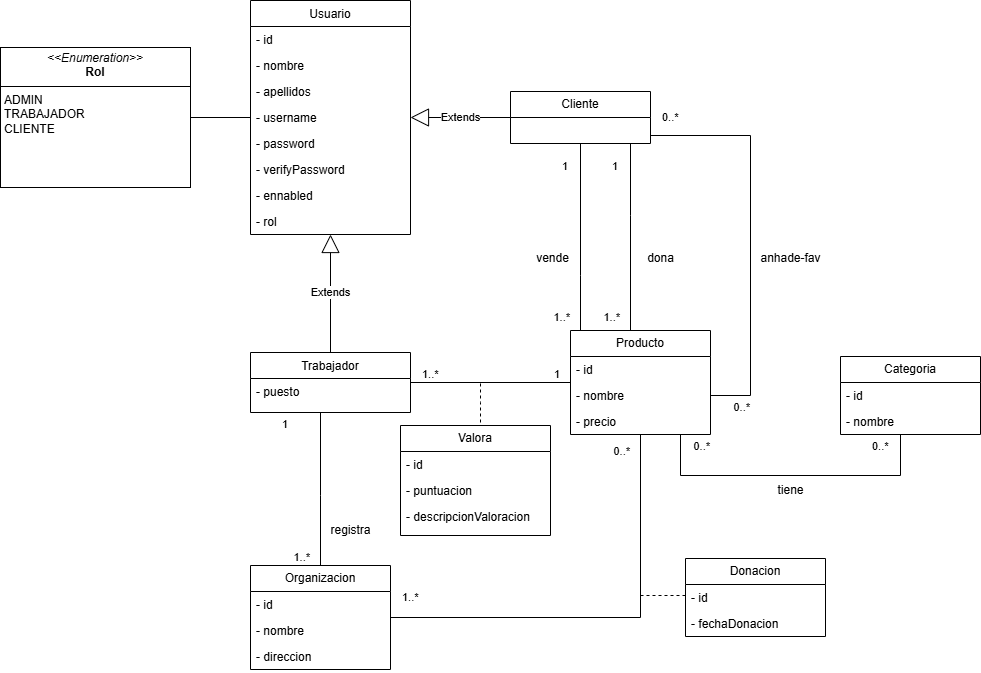
This is DiagramaDeClases.drawio.png from alvarocastilla05/RecySell, a draw.io export, as it was before one commit. Source tidied: cells renumbered, new cells last; positions are measured from the earlier drawing's top-left corner, leaving out a move shared by most shapes.
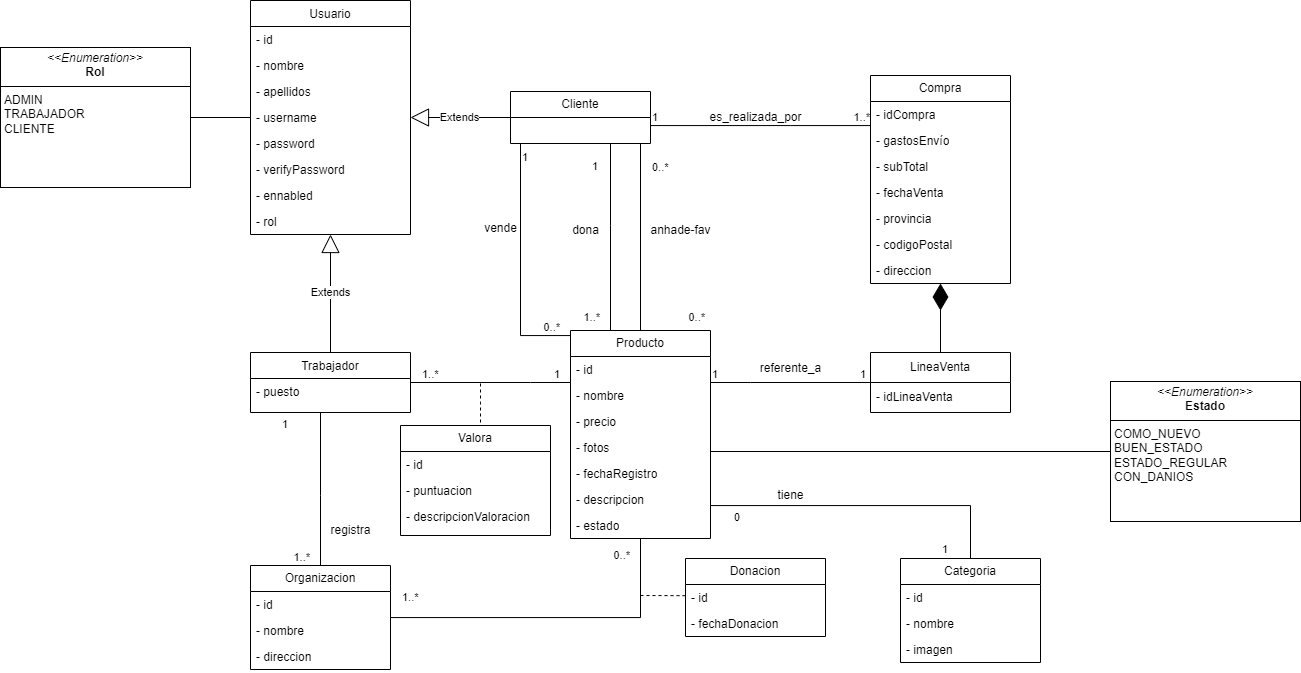
Later version of the same file.

Commit message:
Diagrama actualizado

What changed in the source:
```diff
@@ -39,7 +39,7 @@
       <mxGeometry x="510" y="91" width="140" height="52" as="geometry" />
     </mxCell>
     <mxCell id="14" value="Producto" style="swimlane;fontStyle=0;horizontal=1;startSize=26;fillColor=none;whiteSpace=wrap;html=1;" parent="1" vertex="1">
-      <mxGeometry x="570" y="330" width="140" height="104" as="geometry" />
+      <mxGeometry x="570" y="330" width="140" height="208" as="geometry" />
     </mxCell>
     <mxCell id="15" value="- id" style="text;strokeColor=none;fillColor=none;align=left;verticalAlign=top;spacingLeft=4;spacingRight=4;overflow=hidden;whiteSpace=wrap;html=1;" parent="14" vertex="1">
       <mxGeometry y="26" width="140" height="26" as="geometry" />
@@ -50,8 +50,25 @@
     <mxCell id="17" value="- precio" style="text;strokeColor=none;fillColor=none;align=left;verticalAlign=top;spacingLeft=4;spacingRight=4;overflow=hidden;whiteSpace=wrap;html=1;" parent="14" vertex="1">
       <mxGeometry y="78" width="140" height="26" as="geometry" />
     </mxCell>
+    <mxCell id="64" value="- fotos" style="text;strokeColor=none;fillColor=none;align=left;verticalAlign=top;spacingLeft=4;spacingRight=4;overflow=hidden;whiteSpace=wrap;html=1;" parent="14" vertex="1">
+      <mxGeometry y="104" width="140" height="26" as="geometry" />
+    </mxCell>
+    <mxCell id="65" value="- fechaRegistro" style="text;strokeColor=none;fillColor=none;align=left;verticalAlign=top;spacingLeft=4;spacingRight=4;overflow=hidden;whiteSpace=wrap;html=1;" parent="14" vertex="1">
+      <mxGeometry y="130" width="140" height="26" as="geometry" />
+    </mxCell>
+    <mxCell id="66" value="- descripcion" style="text;strokeColor=none;fillColor=none;align=left;verticalAlign=top;spacingLeft=4;spacingRight=4;overflow=hidden;whiteSpace=wrap;html=1;" parent="14" vertex="1">
+      <mxGeometry y="156" width="140" height="26" as="geometry" />
+    </mxCell>
+    <mxCell id="67" value="- estado" style="text;strokeColor=none;fillColor=none;align=left;verticalAlign=top;spacingLeft=4;spacingRight=4;overflow=hidden;whiteSpace=wrap;html=1;" parent="14" vertex="1">
+      <mxGeometry y="182" width="140" height="26" as="geometry" />
+    </mxCell>
     <mxCell id="18" style="endArrow=none;html=1;edgeStyle=orthogonalEdgeStyle;rounded=0;" parent="1" edge="1" source="11" target="14">
-      <mxGeometry relative="1" as="geometry" />
+      <mxGeometry relative="1" as="geometry">
+        <Array as="points">
+          <mxPoint x="530" y="382" />
+          <mxPoint x="530" y="382" />
+        </Array>
+      </mxGeometry>
     </mxCell>
     <mxCell id="19" value="1..*" style="edgeLabel;html=1;align=left;verticalAlign=bottom;" parent="18" vertex="1">
       <mxGeometry x="-1" relative="1" as="geometry">
@@ -63,47 +80,26 @@
         <mxPoint x="-10" as="offset" />
       </mxGeometry>
     </mxCell>
-    <mxCell id="21" style="endArrow=none;html=1;edgeStyle=orthogonalEdgeStyle;rounded=0;" parent="1" edge="1" source="13" target="14">
-      <mxGeometry relative="1" as="geometry">
-        <Array as="points">
-          <mxPoint x="580" y="275" />
-          <mxPoint x="580" y="275" />
-        </Array>
-      </mxGeometry>
-    </mxCell>
-    <mxCell id="22" value="1" style="edgeLabel;html=1;align=left;verticalAlign=bottom;" parent="21" vertex="1">
-      <mxGeometry x="-1" relative="1" as="geometry">
-        <mxPoint x="-20" y="31" as="offset" />
-      </mxGeometry>
-    </mxCell>
-    <mxCell id="23" value="1..*" style="edgeLabel;html=1;align=right;verticalAlign=bottom;" parent="21" vertex="1">
-      <mxGeometry x="1" relative="1" as="geometry">
-        <mxPoint x="-10" y="-5" as="offset" />
-      </mxGeometry>
-    </mxCell>
-    <mxCell id="24" value="vende" style="text;html=1;align=center;verticalAlign=middle;strokeColor=none;fillColor=none;rotation=0;" parent="1" vertex="1">
-      <mxGeometry x="522" y="243" width="60" height="30" as="geometry" />
-    </mxCell>
-    <mxCell id="25" style="endArrow=none;html=1;edgeStyle=orthogonalEdgeStyle;rounded=0;" parent="1" edge="1" source="13" target="14">
+    <mxCell id="25" style="endArrow=none;html=1;edgeStyle=orthogonalEdgeStyle;rounded=0;" parent="1" edge="1" source="13">
       <mxGeometry relative="1" as="geometry">
+        <mxPoint x="685" y="330" as="targetPoint" />
         <Array as="points">
-          <mxPoint x="750" y="135" />
-          <mxPoint x="750" y="395" />
+          <mxPoint x="640" y="330" />
         </Array>
       </mxGeometry>
     </mxCell>
     <mxCell id="26" value="0..*" style="edgeLabel;html=1;align=left;verticalAlign=bottom;" parent="25" vertex="1">
       <mxGeometry x="-1" relative="1" as="geometry">
-        <mxPoint x="10" y="-10" as="offset" />
+        <mxPoint x="10" y="32" as="offset" />
       </mxGeometry>
     </mxCell>
     <mxCell id="27" value="0..*" style="edgeLabel;html=1;align=right;verticalAlign=bottom;" parent="25" vertex="1">
       <mxGeometry x="1" relative="1" as="geometry">
-        <mxPoint x="40" y="20" as="offset" />
+        <mxPoint x="20" y="-5" as="offset" />
       </mxGeometry>
     </mxCell>
     <mxCell id="28" value="anhade-fav" style="text;html=1;align=center;verticalAlign=middle;strokeColor=none;fillColor=none;rotation=0;" parent="1" vertex="1">
-      <mxGeometry x="750" y="243" width="80" height="30" as="geometry" />
+      <mxGeometry x="640" y="215" width="80" height="30" as="geometry" />
     </mxCell>
     <mxCell id="29" value="Organizacion" style="swimlane;fontStyle=0;horizontal=1;startSize=26;fillColor=none;whiteSpace=wrap;html=1;" parent="1" vertex="1">
       <mxGeometry x="250" y="565" width="140" height="104" as="geometry" />
@@ -141,8 +137,8 @@
     <mxCell id="37" style="endArrow=none;html=1;edgeStyle=orthogonalEdgeStyle;rounded=0;" parent="1" edge="1" source="13" target="14">
       <mxGeometry relative="1" as="geometry">
         <Array as="points">
-          <mxPoint x="630" y="215" />
-          <mxPoint x="630" y="215" />
+          <mxPoint x="610" y="225" />
+          <mxPoint x="610" y="225" />
         </Array>
       </mxGeometry>
     </mxCell>
@@ -157,7 +153,7 @@
       </mxGeometry>
     </mxCell>
     <mxCell id="40" value="dona" style="text;html=1;align=center;verticalAlign=middle;strokeColor=none;fillColor=none;rotation=0;" parent="1" vertex="1">
-      <mxGeometry x="635" y="243" width="50" height="30" as="geometry" />
+      <mxGeometry x="560" y="215" width="50" height="30" as="geometry" />
     </mxCell>
     <mxCell id="41" style="endArrow=none;html=1;edgeStyle=orthogonalEdgeStyle;rounded=0;" parent="1" edge="1" source="29" target="14">
       <mxGeometry relative="1" as="geometry" />
@@ -199,7 +195,7 @@
       <mxGeometry relative="1" as="geometry" />
     </mxCell>
     <mxCell id="52" value="Categoria" style="swimlane;fontStyle=0;horizontal=1;startSize=26;fillColor=none;whiteSpace=wrap;html=1;" parent="1" vertex="1">
-      <mxGeometry x="840" y="356" width="140" height="78" as="geometry" />
+      <mxGeometry x="900" y="558" width="140" height="104" as="geometry" />
     </mxCell>
     <mxCell id="53" value="- id" style="text;strokeColor=none;fillColor=none;align=left;verticalAlign=top;spacingLeft=4;spacingRight=4;overflow=hidden;whiteSpace=wrap;html=1;" parent="52" vertex="1">
       <mxGeometry y="26" width="140" height="26" as="geometry" />
@@ -207,28 +203,28 @@
     <mxCell id="54" value="- nombre" style="text;strokeColor=none;fillColor=none;align=left;verticalAlign=top;spacingLeft=4;spacingRight=4;overflow=hidden;whiteSpace=wrap;html=1;" parent="52" vertex="1">
       <mxGeometry y="52" width="140" height="26" as="geometry" />
     </mxCell>
+    <mxCell id="68" value="- imagen" style="text;strokeColor=none;fillColor=none;align=left;verticalAlign=top;spacingLeft=4;spacingRight=4;overflow=hidden;whiteSpace=wrap;html=1;" parent="52" vertex="1">
+      <mxGeometry y="78" width="140" height="26" as="geometry" />
+    </mxCell>
-    <mxCell id="55" style="endArrow=none;html=1;edgeStyle=orthogonalEdgeStyle;rounded=0;" parent="1" edge="1">
+    <mxCell id="55" style="endArrow=none;html=1;edgeStyle=orthogonalEdgeStyle;rounded=0;" parent="1" edge="1" source="52" target="14">
       <mxGeometry relative="1" as="geometry">
-        <mxPoint x="900" y="434" as="sourcePoint" />
-        <mxPoint x="680" y="434" as="targetPoint" />
         <Array as="points">
-          <mxPoint x="900" y="475" />
-          <mxPoint x="680" y="475" />
+          <mxPoint x="970" y="505" />
         </Array>
       </mxGeometry>
     </mxCell>
-    <mxCell id="56" value="0..*" style="edgeLabel;html=1;align=left;verticalAlign=bottom;" parent="55" vertex="1">
+    <mxCell id="56" value="1" style="edgeLabel;html=1;align=left;verticalAlign=bottom;" parent="55" vertex="1">
       <mxGeometry x="-1" relative="1" as="geometry">
-        <mxPoint x="-30" y="20" as="offset" />
+        <mxPoint x="-30" y="-1" as="offset" />
       </mxGeometry>
     </mxCell>
-    <mxCell id="57" value="0..*" style="edgeLabel;html=1;align=right;verticalAlign=bottom;" parent="55" vertex="1">
+    <mxCell id="57" value="0" style="edgeLabel;html=1;align=right;verticalAlign=bottom;" parent="55" vertex="1">
       <mxGeometry x="1" relative="1" as="geometry">
         <mxPoint x="30" y="20" as="offset" />
       </mxGeometry>
     </mxCell>
     <mxCell id="58" value="tiene" style="text;html=1;align=center;verticalAlign=middle;strokeColor=none;fillColor=none;rotation=0;" parent="1" vertex="1">
-      <mxGeometry x="765" y="475" width="50" height="30" as="geometry" />
+      <mxGeometry x="765" y="480" width="50" height="30" as="geometry" />
     </mxCell>
     <mxCell id="59" style="endArrow=none;dashed=1;html=1;rounded=0;edgeStyle=elbowEdgeStyle;elbow=vertical;" parent="1" edge="1">
       <mxGeometry relative="1" as="geometry">
@@ -248,5 +244,103 @@
     <mxCell id="63" value="- descripcionValoracion" style="text;strokeColor=none;fillColor=none;align=left;verticalAlign=top;spacingLeft=4;spacingRight=4;overflow=hidden;whiteSpace=wrap;html=1;" parent="60" vertex="1">
       <mxGeometry y="78" width="150" height="32" as="geometry" />
     </mxCell>
+    <mxCell id="69" value="LineaVenta" style="swimlane;fontStyle=0;horizontal=1;startSize=30;whiteSpace=wrap;html=1;" parent="1" vertex="1">
+      <mxGeometry x="870" y="352" width="140" height="60" as="geometry" />
+    </mxCell>
+    <mxCell id="70" value="- idLineaVenta" style="text;strokeColor=none;fillColor=none;align=left;verticalAlign=middle;spacingLeft=4;spacingRight=4;overflow=hidden;whiteSpace=wrap;html=1;" parent="69" vertex="1">
+      <mxGeometry y="30" width="140" height="30" as="geometry" />
+    </mxCell>
+    <mxCell id="71" style="endArrow=none;html=1;edgeStyle=orthogonalEdgeStyle;rounded=0;" parent="1" edge="1" source="14" target="69">
+      <mxGeometry relative="1" as="geometry">
+        <Array as="points">
+          <mxPoint x="750" y="382" />
+          <mxPoint x="750" y="382" />
+        </Array>
+      </mxGeometry>
+    </mxCell>
+    <mxCell id="72" value="1" style="edgeLabel;html=1;align=left;verticalAlign=bottom;" parent="71" vertex="1">
+      <mxGeometry x="-1" relative="1" as="geometry" />
+    </mxCell>
+    <mxCell id="73" value="1" style="edgeLabel;html=1;align=right;verticalAlign=bottom;" parent="71" vertex="1">
+      <mxGeometry x="1" relative="1" as="geometry">
+        <mxPoint x="-4" as="offset" />
+      </mxGeometry>
+    </mxCell>
+    <mxCell id="74" value="referente_a" style="text;html=1;align=center;verticalAlign=middle;strokeColor=none;fillColor=none;" parent="1" vertex="1">
+      <mxGeometry x="750" y="353" width="80" height="30" as="geometry" />
+    </mxCell>
+    <mxCell id="75" value="Compra" style="swimlane;fontStyle=0;horizontal=1;startSize=26;fillColor=none;whiteSpace=wrap;html=1;" parent="1" vertex="1">
+      <mxGeometry x="870" y="75" width="140" height="208" as="geometry" />
+    </mxCell>
+    <mxCell id="76" value="- idCompra" style="text;strokeColor=none;fillColor=none;align=left;verticalAlign=top;spacingLeft=4;spacingRight=4;overflow=hidden;whiteSpace=wrap;html=1;" parent="75" vertex="1">
+      <mxGeometry y="26" width="140" height="26" as="geometry" />
+    </mxCell>
+    <mxCell id="77" value="- gastosEnvío" style="text;strokeColor=none;fillColor=none;align=left;verticalAlign=top;spacingLeft=4;spacingRight=4;overflow=hidden;whiteSpace=wrap;html=1;" parent="75" vertex="1">
+      <mxGeometry y="52" width="140" height="26" as="geometry" />
+    </mxCell>
+    <mxCell id="78" value="- subTotal" style="text;strokeColor=none;fillColor=none;align=left;verticalAlign=top;spacingLeft=4;spacingRight=4;overflow=hidden;whiteSpace=wrap;html=1;" parent="75" vertex="1">
+      <mxGeometry y="78" width="140" height="26" as="geometry" />
+    </mxCell>
+    <mxCell id="79" value="- fechaVenta" style="text;strokeColor=none;fillColor=none;align=left;verticalAlign=top;spacingLeft=4;spacingRight=4;overflow=hidden;whiteSpace=wrap;html=1;" parent="75" vertex="1">
+      <mxGeometry y="104" width="140" height="26" as="geometry" />
+    </mxCell>
+    <mxCell id="80" value="- provincia" style="text;strokeColor=none;fillColor=none;align=left;verticalAlign=top;spacingLeft=4;spacingRight=4;overflow=hidden;whiteSpace=wrap;html=1;" parent="75" vertex="1">
+      <mxGeometry y="130" width="140" height="26" as="geometry" />
+    </mxCell>
+    <mxCell id="81" value="- codigoPostal" style="text;strokeColor=none;fillColor=none;align=left;verticalAlign=top;spacingLeft=4;spacingRight=4;overflow=hidden;whiteSpace=wrap;html=1;" parent="75" vertex="1">
+      <mxGeometry y="156" width="140" height="26" as="geometry" />
+    </mxCell>
+    <mxCell id="82" value="- direccion" style="text;strokeColor=none;fillColor=none;align=left;verticalAlign=top;spacingLeft=4;spacingRight=4;overflow=hidden;whiteSpace=wrap;html=1;" parent="75" vertex="1">
+      <mxGeometry y="182" width="140" height="26" as="geometry" />
+    </mxCell>
+    <mxCell id="83" style="endArrow=diamondThin;endFill=1;endSize=24;html=1;rounded=0;" parent="1" edge="1" source="69" target="75">
+      <mxGeometry relative="1" as="geometry" />
+    </mxCell>
+    <mxCell id="84" style="endArrow=none;html=1;edgeStyle=orthogonalEdgeStyle;rounded=0;" parent="1" edge="1" source="13" target="75">
+      <mxGeometry relative="1" as="geometry">
+        <Array as="points">
+          <mxPoint x="790" y="125" />
+          <mxPoint x="790" y="125" />
+        </Array>
+      </mxGeometry>
+    </mxCell>
+    <mxCell id="85" value="1" style="edgeLabel;html=1;align=left;verticalAlign=bottom;" parent="84" vertex="1">
+      <mxGeometry x="-1" relative="1" as="geometry" />
+    </mxCell>
+    <mxCell id="23" value="1..*" style="edgeLabel;html=1;align=right;verticalAlign=bottom;" parent="84" vertex="1">
+      <mxGeometry x="1" relative="1" as="geometry" />
+    </mxCell>
+    <mxCell id="86" value="es_realizada_por" style="text;html=1;align=center;verticalAlign=middle;strokeColor=none;fillColor=none;" parent="1" vertex="1">
+      <mxGeometry x="695" y="102" width="120" height="30" as="geometry" />
+    </mxCell>
+    <mxCell id="21" style="endArrow=none;html=1;edgeStyle=orthogonalEdgeStyle;rounded=0;" parent="1" edge="1" source="13" target="14">
+      <mxGeometry relative="1" as="geometry">
+        <Array as="points">
+          <mxPoint x="520" y="335" />
+        </Array>
+      </mxGeometry>
+    </mxCell>
+    <mxCell id="87" value="1" style="edgeLabel;html=1;align=left;verticalAlign=bottom;" parent="21" vertex="1">
+      <mxGeometry x="-1" relative="1" as="geometry">
+        <mxPoint y="22" as="offset" />
+      </mxGeometry>
+    </mxCell>
+    <mxCell id="88" value="0..*" style="edgeLabel;html=1;align=right;verticalAlign=bottom;" parent="21" vertex="1">
+      <mxGeometry x="1" relative="1" as="geometry">
+        <mxPoint x="-10" as="offset" />
+      </mxGeometry>
+    </mxCell>
+    <mxCell id="24" value="vende" style="text;html=1;align=center;verticalAlign=middle;strokeColor=none;fillColor=none;" parent="1" vertex="1">
+      <mxGeometry x="470" y="213" width="60" height="30" as="geometry" />
+    </mxCell>
+    <mxCell id="89" value="&lt;p style=&quot;margin:0px;margin-top:4px;text-align:center;&quot;&gt;&lt;i&gt;&amp;lt;&amp;lt;Enumeration&amp;gt;&amp;gt;&lt;/i&gt;&lt;br&gt;&lt;b&gt;Estado&lt;/b&gt;&lt;/p&gt;&lt;hr size=&quot;1&quot; style=&quot;border-style:solid;&quot;&gt;&lt;p style=&quot;margin:0px;margin-left:4px;&quot;&gt;COMO_NUEVO&lt;/p&gt;&lt;p style=&quot;margin:0px;margin-left:4px;&quot;&gt;BUEN_ESTADO&lt;/p&gt;&lt;p style=&quot;margin:0px;margin-left:4px;&quot;&gt;ESTADO_REGULAR&lt;/p&gt;&lt;p style=&quot;margin:0px;margin-left:4px;&quot;&gt;CON_DANIOS&lt;/p&gt;" style="verticalAlign=top;align=left;overflow=fill;html=1;whiteSpace=wrap;" parent="1" vertex="1">
+      <mxGeometry x="1110" y="381" width="190" height="140" as="geometry" />
+    </mxCell>
+    <mxCell id="90" style="endArrow=none;html=1;rounded=0;" parent="1" edge="1">
+      <mxGeometry relative="1" as="geometry">
+        <mxPoint x="710" y="451" as="sourcePoint" />
+        <mxPoint x="1110" y="451" as="targetPoint" />
+      </mxGeometry>
+    </mxCell>
   </root>
 </mxGraphModel>
```
